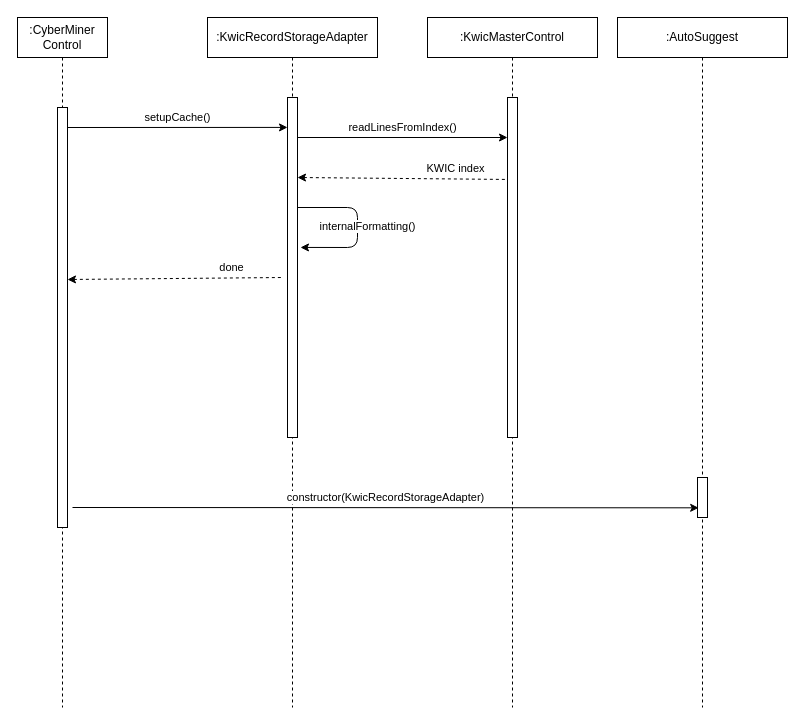
This is To-Do List Builder/cyberminer_sequence_load_cache.drawio from kntnguyen94/To-Do-List-Builder, a draw.io file, before an edit. Source tidied: cells renumbered, new cells numbered last; positions are measured from the earlier drawing's top-left corner, leaving out a move shared by most shapes. Both pictures are drawn from the tidied source at 100%, with x=0, y=0 at pixel (17, 17).
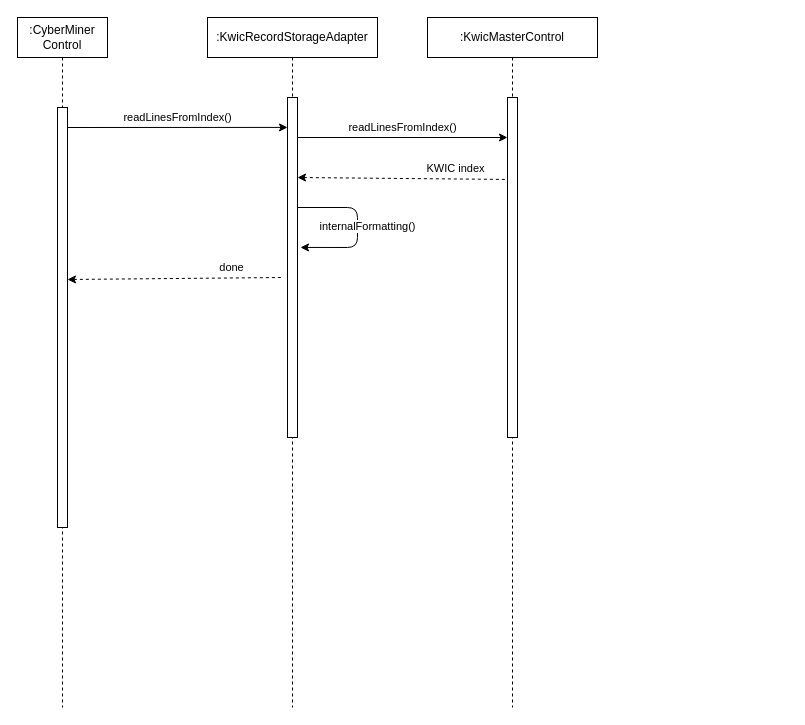
The same diagram, later.

Unchanged cells that the change refers to:
```xml
<mxCell id="5" style="html=1;points=[];perimeter=orthogonalPerimeter;" parent="4" vertex="1">
  <mxGeometry x="80" y="80" width="10" height="340" as="geometry" />
</mxCell>
```

What changed in the source:
```diff
@@
-    <mxCell id="6" value="setupCache()" style="endArrow=classic;html=1;entryX=0;entryY=0.088;entryDx=0;entryDy=0;entryPerimeter=0;" parent="1" edge="1" target="5">
+    <mxCell id="6" value="readLinesFromIndex()" style="endArrow=classic;html=1;entryX=0;entryY=0.088;entryDx=0;entryDy=0;entryPerimeter=0;" parent="1" edge="1" target="5">
       <mxGeometry y="10" relative="1" as="geometry">
         <mxPoint x="50" y="110" as="sourcePoint" />
       </mxGeometry>
     </mxCell>
@@
-    <mxCell id="13" value=":AutoSuggest" style="shape=umlLifeline;perimeter=lifelinePerimeter;whiteSpace=wrap;html=1;" parent="1" vertex="1">
-      <mxGeometry x="600" width="170" height="690" as="geometry" />
-    </mxCell>
-    <mxCell id="14" style="html=1;points=[];perimeter=orthogonalPerimeter;" parent="13" vertex="1">
-      <mxGeometry x="80" y="460" width="10" height="40" as="geometry" />
-    </mxCell>
-    <mxCell id="15" value="constructor(KwicRecordStorageAdapter)" style="endArrow=classic;html=1;entryX=0.117;entryY=0.758;entryDx=0;entryDy=0;entryPerimeter=0;" parent="1" edge="1" target="14">
-      <mxGeometry y="10" relative="1" as="geometry">
-        <mxPoint x="55" y="490" as="sourcePoint" />
-      </mxGeometry>
-    </mxCell>
```
